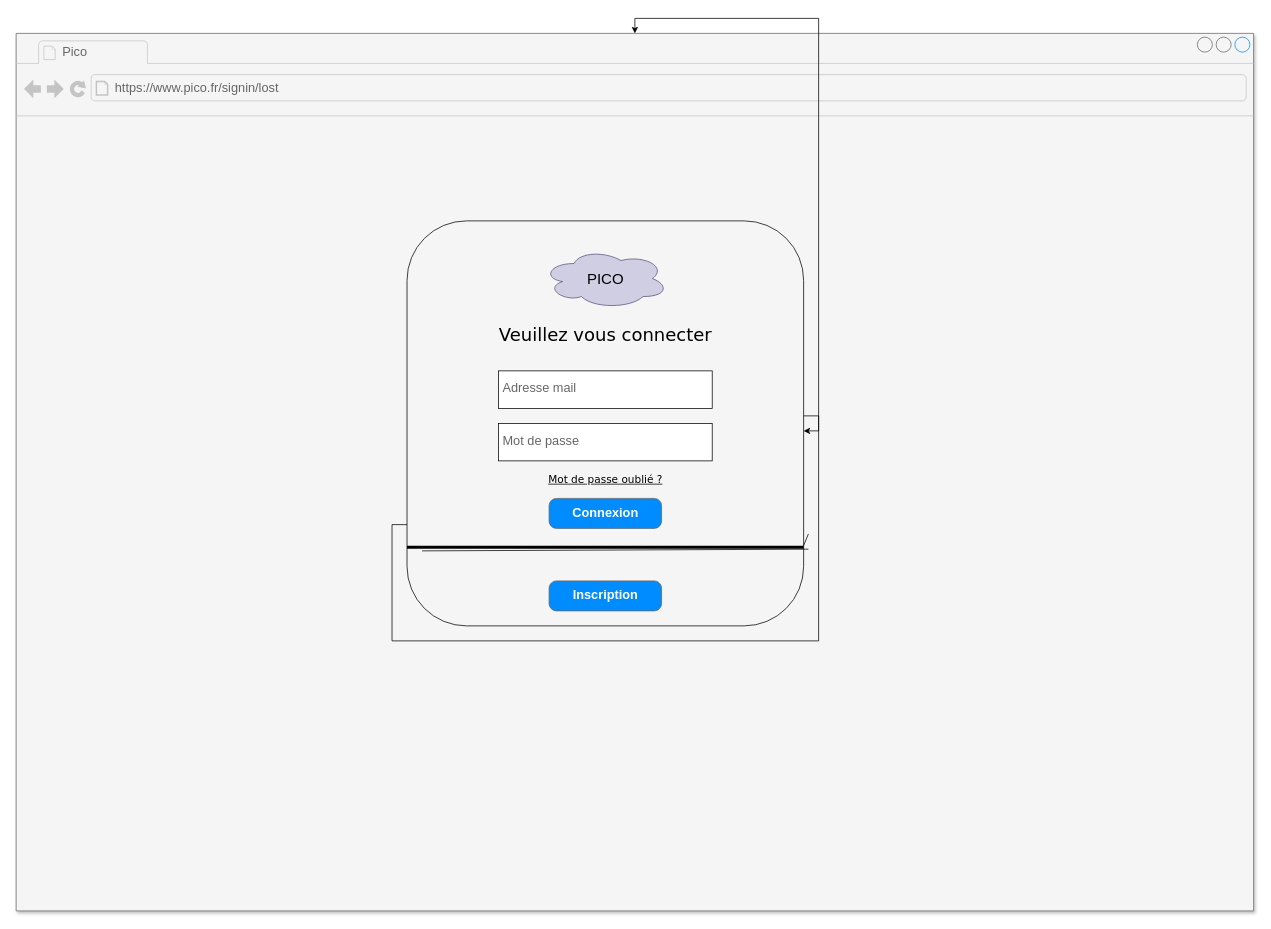
Before: document/maquettes_html/connexion.drawio in fabrice1618/pico, a draw.io diagram. Source tidied: cells renumbered, new cells numbered last; positions are measured from the earlier drawing's top-left corner, leaving out a move shared by most shapes. Both pictures are drawn from the tidied source at 75%, with x=0, y=0 at pixel (16, 33).
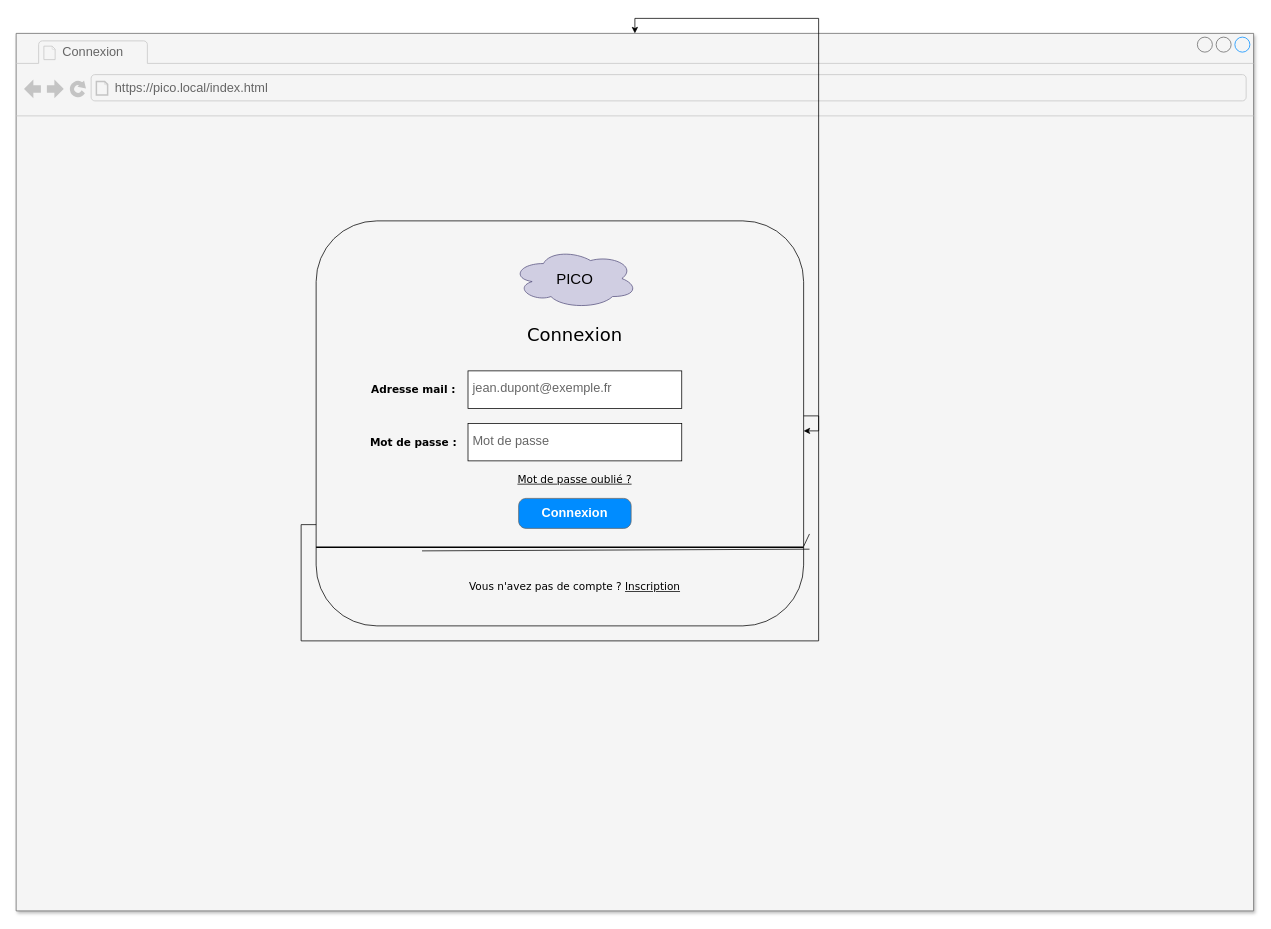
The same page after the edit.

The change refers to these unchanged cells:
```xml
<mxCell id="2" style="strokeWidth=1;shadow=1;dashed=0;align=center;html=1;shape=mxgraph.mockup.containers.browserWindow;rSize=0;strokeColor2=#008cff;strokeColor3=#c4c4c4;mainText=,;fillColor=#f5f5f5;strokeColor=#666666;fontColor=#333333;" parent="1" vertex="1">
  <mxGeometry width="1650" height="1170" as="geometry" />
</mxCell>
```

Change to the diagram source:
```diff
@@
-    <mxCell id="3" value="Pico" style="strokeWidth=1;shadow=0;dashed=0;align=center;html=1;shape=mxgraph.mockup.containers.anchor;fontSize=17;fontColor=#666666;align=left;whiteSpace=wrap;" parent="2" vertex="1">
+    <mxCell id="3" value="Connexion" style="strokeWidth=1;shadow=0;dashed=0;align=center;html=1;shape=mxgraph.mockup.containers.anchor;fontSize=17;fontColor=#666666;align=left;whiteSpace=wrap;" parent="2" vertex="1">
       <mxGeometry x="60" y="12" width="110" height="26" as="geometry" />
     </mxCell>
-    <mxCell id="4" value="https://www.pico.fr/signin/lost" style="strokeWidth=1;shadow=0;dashed=0;align=center;html=1;shape=mxgraph.mockup.containers.anchor;rSize=0;fontSize=17;fontColor=#666666;align=left;" parent="2" vertex="1">
+    <mxCell id="4" value="https://pico.local/index.html" style="strokeWidth=1;shadow=0;dashed=0;align=center;html=1;shape=mxgraph.mockup.containers.anchor;rSize=0;fontSize=17;fontColor=#666666;align=left;" parent="2" vertex="1">
       <mxGeometry x="130" y="60" width="250" height="26" as="geometry" />
     </mxCell>
@@
     <mxCell id="6" style="rounded=1;whiteSpace=wrap;html=1;fillColor=none;strokeColor=#000000;" parent="2" vertex="1">
-      <mxGeometry x="521.2" y="250" width="528.8" height="540" as="geometry" />
+      <mxGeometry x="400" y="250" width="650" height="540" as="geometry" />
     </mxCell>
     <mxCell id="7" value="&lt;font color=&quot;#000000&quot; style=&quot;font-size: 20px;&quot;&gt;PICO&lt;/font&gt;" style="ellipse;shape=cloud;whiteSpace=wrap;html=1;fillColor=#d0cee2;strokeColor=#56517e;" parent="2" vertex="1">
-      <mxGeometry x="701.9" y="286.9" width="167.5" height="80" as="geometry" />
+      <mxGeometry x="661.2" y="286.9" width="167.5" height="80" as="geometry" />
     </mxCell>
@@
-    <mxCell id="9" value="Adresse mail" style="strokeWidth=1;shadow=0;dashed=0;align=center;html=1;shape=mxgraph.mockup.text.textBox;fontColor=#666666;align=left;fontSize=17;spacingLeft=4;spacingTop=-3;whiteSpace=wrap;strokeColor=#000000;mainText=;fillColor=#FFFFFF;" parent="2" vertex="1">
-      <mxGeometry x="643.1" y="450" width="285" height="50" as="geometry" />
+    <mxCell id="9" value="jean.dupont@exemple.fr" style="strokeWidth=1;shadow=0;dashed=0;align=center;html=1;shape=mxgraph.mockup.text.textBox;fontColor=#666666;align=left;fontSize=17;spacingLeft=4;spacingTop=-3;whiteSpace=wrap;strokeColor=#000000;mainText=;fillColor=#FFFFFF;" parent="2" vertex="1">
+      <mxGeometry x="602.5" y="450" width="285" height="50" as="geometry" />
     </mxCell>
     <mxCell id="10" value="Connexion" style="strokeWidth=1;shadow=0;dashed=0;align=center;html=1;shape=mxgraph.mockup.buttons.button;strokeColor=#666666;fontColor=#ffffff;mainText=;buttonStyle=round;fontSize=17;fontStyle=1;fillColor=#008cff;whiteSpace=wrap;" parent="2" vertex="1">
-      <mxGeometry x="710.6" y="620" width="150" height="40" as="geometry" />
+      <mxGeometry x="670" y="620" width="150" height="40" as="geometry" />
     </mxCell>
     <mxCell id="11" value="Mot de passe" style="strokeWidth=1;shadow=0;dashed=0;align=center;html=1;shape=mxgraph.mockup.text.textBox;fontColor=#666666;align=left;fontSize=17;spacingLeft=4;spacingTop=-3;whiteSpace=wrap;strokeColor=#000000;mainText=;fillColor=#FFFFFF;" parent="2" vertex="1">
-      <mxGeometry x="643.1" y="520" width="285" height="50" as="geometry" />
+      <mxGeometry x="602.5" y="520" width="285" height="50" as="geometry" />
     </mxCell>
-    <mxCell id="12" value="&lt;font style=&quot;font-size: 24px;&quot; face=&quot;Verdana&quot; color=&quot;#000000&quot;&gt;Veuillez vous connecter&lt;/font&gt;" style="text;strokeColor=none;align=center;fillColor=none;html=1;verticalAlign=middle;whiteSpace=wrap;rounded=0;" parent="2" vertex="1">
-      <mxGeometry x="635.6" y="376.9" width="300" height="50" as="geometry" />
+    <mxCell id="12" value="&lt;font style=&quot;font-size: 24px;&quot; face=&quot;Verdana&quot; color=&quot;#000000&quot;&gt;Connexion&lt;/font&gt;" style="text;strokeColor=none;align=center;fillColor=none;html=1;verticalAlign=middle;whiteSpace=wrap;rounded=0;" parent="2" vertex="1">
+      <mxGeometry x="595" y="376.9" width="300" height="50" as="geometry" />
     </mxCell>
     <mxCell id="13" value="&lt;font style=&quot;font-size: 14px;&quot; face=&quot;Verdana&quot; color=&quot;#000000&quot;&gt;&lt;u&gt;Mot de passe oublié ?&lt;/u&gt;&lt;/font&gt;" style="text;strokeColor=none;align=center;fillColor=none;html=1;verticalAlign=middle;whiteSpace=wrap;rounded=0;" parent="2" vertex="1">
-      <mxGeometry x="635.6" y="570" width="300" height="50" as="geometry" />
+      <mxGeometry x="595" y="570" width="300" height="50" as="geometry" />
     </mxCell>
@@
-    <mxCell id="16" style="line;strokeWidth=4;html=1;perimeter=backbonePerimeter;points=[];outlineConnect=0;strokeColor=#000000;" parent="2" vertex="1">
-      <mxGeometry x="521.2" y="680" width="528.8" height="10" as="geometry" />
+    <mxCell id="16" style="line;strokeWidth=2;html=1;perimeter=backbonePerimeter;points=[];outlineConnect=0;strokeColor=#000000;fontStyle=0;" parent="2" vertex="1">
+      <mxGeometry x="400" y="680" width="650" height="10" as="geometry" />
     </mxCell>
-    <mxCell id="17" value="Inscription" style="strokeWidth=1;shadow=0;dashed=0;align=center;html=1;shape=mxgraph.mockup.buttons.button;strokeColor=#666666;fontColor=#ffffff;mainText=;buttonStyle=round;fontSize=17;fontStyle=1;fillColor=#008cff;whiteSpace=wrap;" parent="2" vertex="1">
-      <mxGeometry x="710.6" y="730" width="150" height="40" as="geometry" />
-    </mxCell>
+    <mxCell id="18" value="&lt;font style=&quot;font-size: 14px;&quot; face=&quot;Verdana&quot; color=&quot;#000000&quot;&gt;Vous n'avez pas de compte ?&amp;nbsp;&lt;u&gt;Inscription&lt;/u&gt;&lt;/font&gt;" style="text;strokeColor=none;align=center;fillColor=none;html=1;verticalAlign=middle;whiteSpace=wrap;rounded=0;" parent="2" vertex="1">
+      <mxGeometry x="595" y="713" width="300" height="50" as="geometry" />
+    </mxCell>
+    <mxCell id="19" value="&lt;font style=&quot;font-size: 14px;&quot; face=&quot;Verdana&quot; color=&quot;#000000&quot;&gt;&lt;b&gt;Adresse mail :&lt;/b&gt;&lt;/font&gt;" style="text;strokeColor=none;align=center;fillColor=none;html=1;verticalAlign=middle;whiteSpace=wrap;rounded=0;" parent="2" vertex="1">
+      <mxGeometry x="380" y="450" width="300" height="50" as="geometry" />
+    </mxCell>
+    <mxCell id="20" value="&lt;font style=&quot;font-size: 14px;&quot; face=&quot;Verdana&quot; color=&quot;#000000&quot;&gt;&lt;b&gt;Mot de passe :&lt;/b&gt;&lt;/font&gt;" style="text;strokeColor=none;align=center;fillColor=none;html=1;verticalAlign=middle;whiteSpace=wrap;rounded=0;" parent="2" vertex="1">
+      <mxGeometry x="380" y="520" width="300" height="50" as="geometry" />
+    </mxCell>
```
